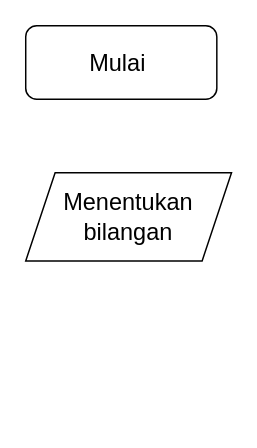
Earlier version of the draw.io diagram Tugas menentukan bilangan 23241091_1C.drawio (Xnowly/Algo_C_23241091). Source tidied: cells renumbered, new cells numbered last; positions are measured from the earlier drawing's top-left corner, leaving out a move shared by most shapes. Both pictures are drawn from the tidied source at 147%, with x=0, y=0 at pixel (25, 25).
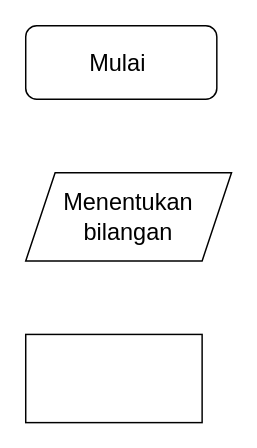
After the change.

Diff of the diagram source:
```diff
@@
 <mxGraphModel>
   <root>
     <mxCell id="0" />
     <mxCell id="1" parent="0" />
     <mxCell id="2" value="Mulai&amp;nbsp;" style="rounded=1;whiteSpace=wrap;html=1;fontSize=16;" parent="1" vertex="1">
       <mxGeometry width="130" height="50" as="geometry" />
     </mxCell>
     <mxCell id="3" value="Menentukan bilangan" style="shape=parallelogram;perimeter=parallelogramPerimeter;whiteSpace=wrap;html=1;fixedSize=1;fontSize=16;" parent="1" vertex="1">
       <mxGeometry y="100" width="140" height="60" as="geometry" />
     </mxCell>
+    <mxCell id="4" style="whiteSpace=wrap;html=1;fontSize=16;" parent="1" vertex="1">
+      <mxGeometry y="210" width="120" height="60" as="geometry" />
+    </mxCell>
   </root>
 </mxGraphModel>
```
